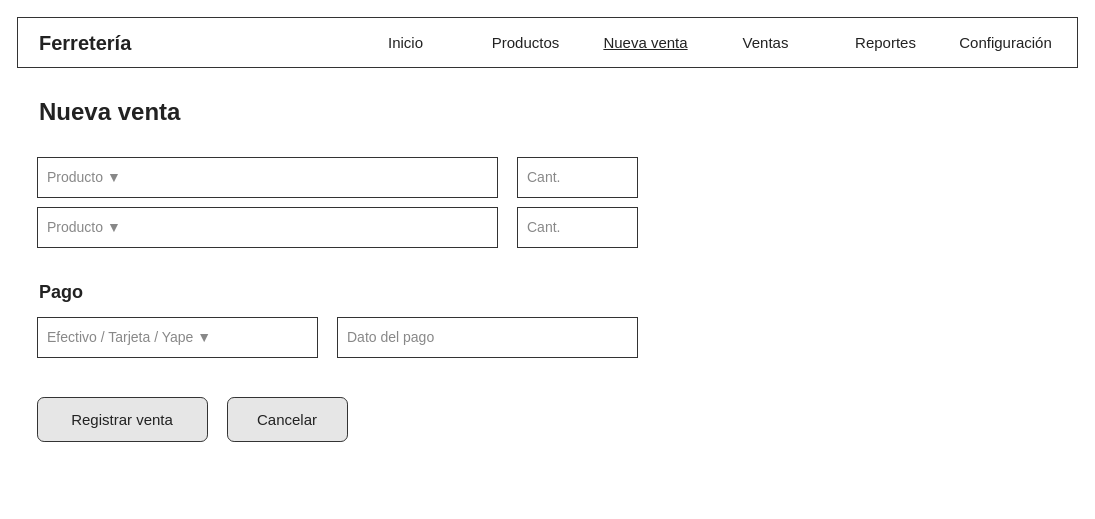
This is page "Nueva venta (computadora)" (5 of 17) of docs/bocetos/ferreteria-bocetos.drawio from oropezadev-wq/ferreteria-ventas, a draw.io file, before an edit. Source tidied: cells renumbered, new cells numbered last; positions are measured from the earlier drawing's top-left corner, leaving out a move shared by most shapes. Both pictures are drawn from the tidied source at 100%, with x=0, y=0 at pixel (17, 17).
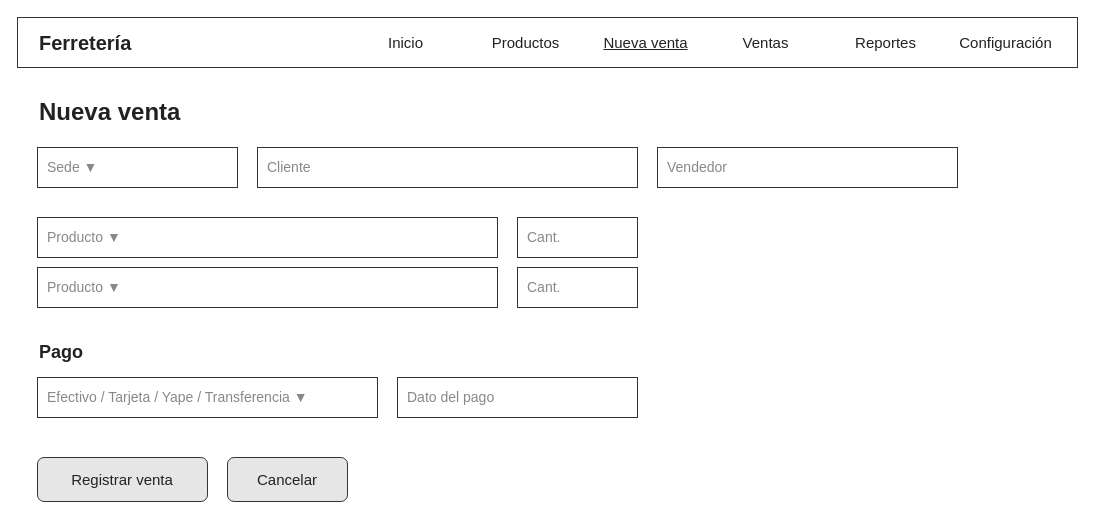
After the change.

Change to the diagram source:
```diff
@@
-    <mxCell id="11" value="Producto ▼" style="rounded=0;whiteSpace=wrap;html=1;fillColor=none;align=left;spacingLeft=8;fontFamily=Helvetica;fontColor=#888888;strokeColor=#333333;fontSize=14;" parent="1" vertex="1">
-      <mxGeometry x="20" y="140" width="460" height="40" as="geometry" />
+    <mxCell id="11" value="Sede ▼" style="rounded=0;whiteSpace=wrap;html=1;fillColor=none;align=left;spacingLeft=8;fontFamily=Helvetica;fontColor=#888888;strokeColor=#333333;fontSize=14;" parent="1" vertex="1">
+      <mxGeometry x="20" y="130" width="200" height="40" as="geometry" />
     </mxCell>
-    <mxCell id="12" value="Cant." style="rounded=0;whiteSpace=wrap;html=1;fillColor=none;align=left;spacingLeft=8;fontFamily=Helvetica;fontColor=#888888;strokeColor=#333333;fontSize=14;" parent="1" vertex="1">
-      <mxGeometry x="500" y="140" width="120" height="40" as="geometry" />
+    <mxCell id="12" value="Cliente" style="rounded=0;whiteSpace=wrap;html=1;fillColor=none;align=left;spacingLeft=8;fontFamily=Helvetica;fontColor=#888888;strokeColor=#333333;fontSize=14;" parent="1" vertex="1">
+      <mxGeometry x="240" y="130" width="380" height="40" as="geometry" />
     </mxCell>
-    <mxCell id="13" value="Producto ▼" style="rounded=0;whiteSpace=wrap;html=1;fillColor=none;align=left;spacingLeft=8;fontFamily=Helvetica;fontColor=#888888;strokeColor=#333333;fontSize=14;" parent="1" vertex="1">
-      <mxGeometry x="20" y="190" width="460" height="40" as="geometry" />
+    <mxCell id="13" value="Vendedor" style="rounded=0;whiteSpace=wrap;html=1;fillColor=none;align=left;spacingLeft=8;fontFamily=Helvetica;fontColor=#888888;strokeColor=#333333;fontSize=14;" parent="1" vertex="1">
+      <mxGeometry x="640" y="130" width="300" height="40" as="geometry" />
     </mxCell>
-    <mxCell id="14" value="Cant." style="rounded=0;whiteSpace=wrap;html=1;fillColor=none;align=left;spacingLeft=8;fontFamily=Helvetica;fontColor=#888888;strokeColor=#333333;fontSize=14;" parent="1" vertex="1">
-      <mxGeometry x="500" y="190" width="120" height="40" as="geometry" />
+    <mxCell id="14" value="Producto ▼" style="rounded=0;whiteSpace=wrap;html=1;fillColor=none;align=left;spacingLeft=8;fontFamily=Helvetica;fontColor=#888888;strokeColor=#333333;fontSize=14;" parent="1" vertex="1">
+      <mxGeometry x="20" y="200" width="460" height="40" as="geometry" />
     </mxCell>
-    <mxCell id="15" value="Pago" style="text;html=1;align=left;verticalAlign=middle;whiteSpace=wrap;fontFamily=Helvetica;fontColor=#222222;fontStyle=1;fontSize=18;" parent="1" vertex="1">
-      <mxGeometry x="20" y="260" width="300" height="30" as="geometry" />
+    <mxCell id="15" value="Cant." style="rounded=0;whiteSpace=wrap;html=1;fillColor=none;align=left;spacingLeft=8;fontFamily=Helvetica;fontColor=#888888;strokeColor=#333333;fontSize=14;" parent="1" vertex="1">
+      <mxGeometry x="500" y="200" width="120" height="40" as="geometry" />
     </mxCell>
-    <mxCell id="16" value="Efectivo / Tarjeta / Yape ▼" style="rounded=0;whiteSpace=wrap;html=1;fillColor=none;align=left;spacingLeft=8;fontFamily=Helvetica;fontColor=#888888;strokeColor=#333333;fontSize=14;" parent="1" vertex="1">
-      <mxGeometry x="20" y="300" width="280" height="40" as="geometry" />
+    <mxCell id="16" value="Producto ▼" style="rounded=0;whiteSpace=wrap;html=1;fillColor=none;align=left;spacingLeft=8;fontFamily=Helvetica;fontColor=#888888;strokeColor=#333333;fontSize=14;" parent="1" vertex="1">
+      <mxGeometry x="20" y="250" width="460" height="40" as="geometry" />
     </mxCell>
-    <mxCell id="17" value="Dato del pago" style="rounded=0;whiteSpace=wrap;html=1;fillColor=none;align=left;spacingLeft=8;fontFamily=Helvetica;fontColor=#888888;strokeColor=#333333;fontSize=14;" parent="1" vertex="1">
-      <mxGeometry x="320" y="300" width="300" height="40" as="geometry" />
+    <mxCell id="17" value="Cant." style="rounded=0;whiteSpace=wrap;html=1;fillColor=none;align=left;spacingLeft=8;fontFamily=Helvetica;fontColor=#888888;strokeColor=#333333;fontSize=14;" parent="1" vertex="1">
+      <mxGeometry x="500" y="250" width="120" height="40" as="geometry" />
     </mxCell>
-    <mxCell id="18" value="Registrar venta" style="rounded=1;whiteSpace=wrap;html=1;fillColor=#E6E6E6;fontFamily=Helvetica;fontColor=#222222;strokeColor=#333333;fontSize=15;" parent="1" vertex="1">
-      <mxGeometry x="20" y="380" width="170" height="44" as="geometry" />
+    <mxCell id="18" value="Pago" style="text;html=1;align=left;verticalAlign=middle;whiteSpace=wrap;fontFamily=Helvetica;fontColor=#222222;fontStyle=1;fontSize=18;" parent="1" vertex="1">
+      <mxGeometry x="20" y="320" width="300" height="30" as="geometry" />
     </mxCell>
-    <mxCell id="19" value="Cancelar" style="rounded=1;whiteSpace=wrap;html=1;fillColor=#E6E6E6;fontFamily=Helvetica;fontColor=#222222;strokeColor=#333333;fontSize=15;" parent="1" vertex="1">
-      <mxGeometry x="210" y="380" width="120" height="44" as="geometry" />
+    <mxCell id="19" value="Efectivo / Tarjeta / Yape / Transferencia ▼" style="rounded=0;whiteSpace=wrap;html=1;fillColor=none;align=left;spacingLeft=8;fontFamily=Helvetica;fontColor=#888888;strokeColor=#333333;fontSize=14;" parent="1" vertex="1">
+      <mxGeometry x="20" y="360" width="340" height="40" as="geometry" />
     </mxCell>
+    <mxCell id="20" value="Dato del pago" style="rounded=0;whiteSpace=wrap;html=1;fillColor=none;align=left;spacingLeft=8;fontFamily=Helvetica;fontColor=#888888;strokeColor=#333333;fontSize=14;" parent="1" vertex="1">
+      <mxGeometry x="380" y="360" width="240" height="40" as="geometry" />
+    </mxCell>
+    <mxCell id="21" value="Registrar venta" style="rounded=1;whiteSpace=wrap;html=1;fillColor=#E6E6E6;fontFamily=Helvetica;fontColor=#222222;strokeColor=#333333;fontSize=15;" parent="1" vertex="1">
+      <mxGeometry x="20" y="440" width="170" height="44" as="geometry" />
+    </mxCell>
+    <mxCell id="22" value="Cancelar" style="rounded=1;whiteSpace=wrap;html=1;fillColor=#E6E6E6;fontFamily=Helvetica;fontColor=#222222;strokeColor=#333333;fontSize=15;" parent="1" vertex="1">
+      <mxGeometry x="210" y="440" width="120" height="44" as="geometry" />
+    </mxCell>
```
